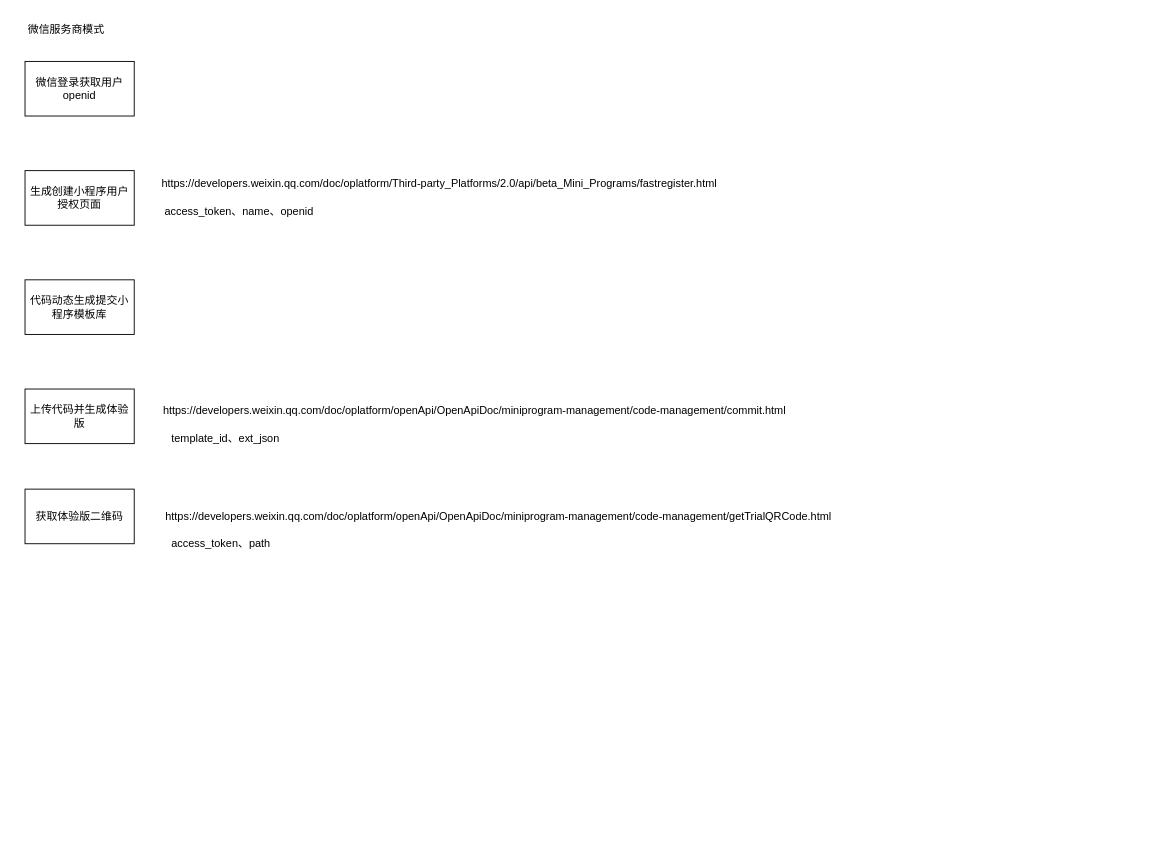
Before: page "小程序预览" (14 of 15) of static/ppt.drawio in maoliang2271/bigpipe-demo, a draw.io diagram. Source tidied: cells renumbered, new cells numbered last; positions are measured from the earlier drawing's top-left corner, leaving out a move shared by most shapes. Both pictures are drawn from the tidied source at 91%, with x=0, y=0 at pixel (15, 15).
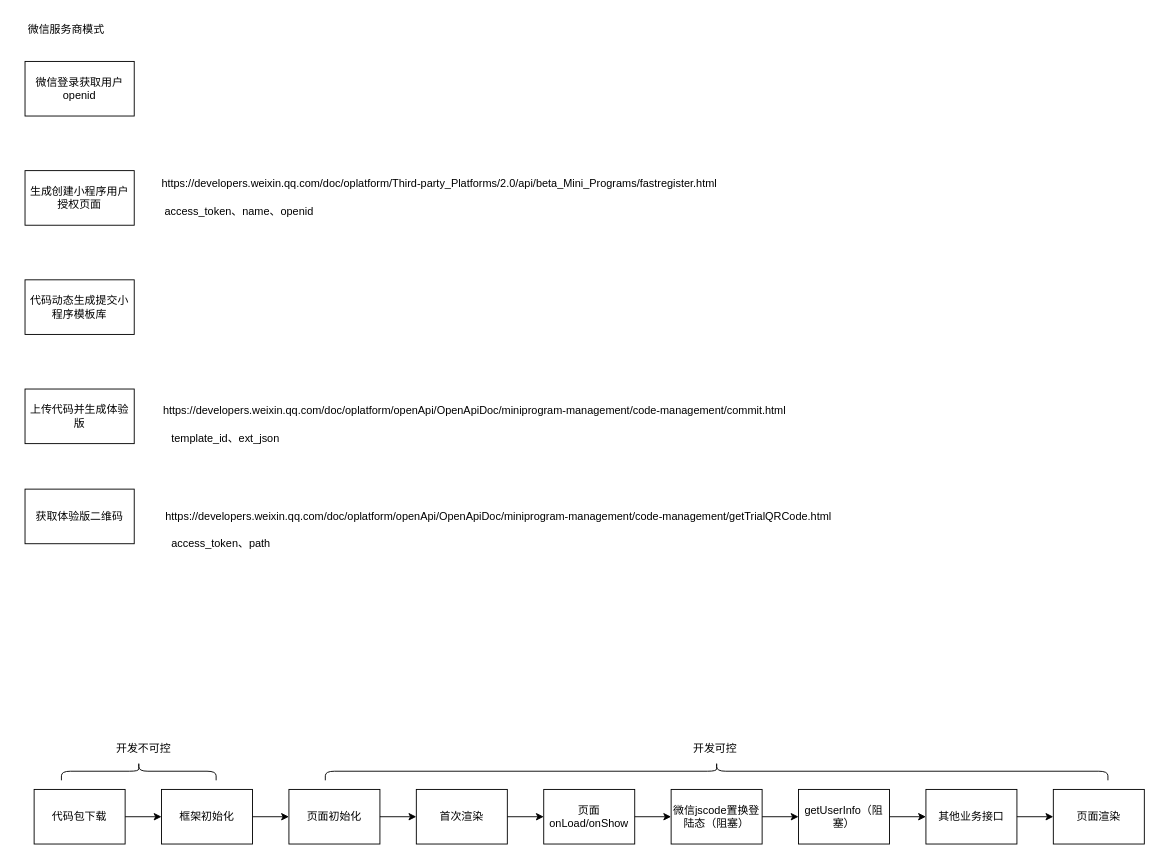
Above is the later version.

Change to the diagram source:
```diff
@@
+    <mxCell id="14" value="代码包下载" style="whiteSpace=wrap;html=1;" parent="1" vertex="1">
+      <mxGeometry x="20" y="850" width="100" height="60" as="geometry" />
+    </mxCell>
+    <mxCell id="15" value="框架初始化" style="whiteSpace=wrap;html=1;" parent="1" vertex="1">
+      <mxGeometry x="160" y="850" width="100" height="60" as="geometry" />
+    </mxCell>
+    <mxCell id="16" value="页面初始化" style="whiteSpace=wrap;html=1;" parent="1" vertex="1">
+      <mxGeometry x="300" y="850" width="100" height="60" as="geometry" />
+    </mxCell>
+    <mxCell id="17" value="首次渲染" style="whiteSpace=wrap;html=1;" parent="1" vertex="1">
+      <mxGeometry x="440" y="850" width="100" height="60" as="geometry" />
+    </mxCell>
+    <mxCell id="18" value="页面onLoad/onShow" style="whiteSpace=wrap;html=1;" parent="1" vertex="1">
+      <mxGeometry x="580" y="850" width="100" height="60" as="geometry" />
+    </mxCell>
+    <mxCell id="19" value="微信jscode置换登陆态（阻塞）" style="whiteSpace=wrap;html=1;" parent="1" vertex="1">
+      <mxGeometry x="720" y="850" width="100" height="60" as="geometry" />
+    </mxCell>
+    <mxCell id="20" value="getUserInfo（阻塞）" style="whiteSpace=wrap;html=1;" parent="1" vertex="1">
+      <mxGeometry x="860" y="850" width="100" height="60" as="geometry" />
+    </mxCell>
+    <mxCell id="21" value="其他业务接口" style="whiteSpace=wrap;html=1;" parent="1" vertex="1">
+      <mxGeometry x="1000" y="850" width="100" height="60" as="geometry" />
+    </mxCell>
+    <mxCell id="22" value="页面渲染" style="whiteSpace=wrap;html=1;" parent="1" vertex="1">
+      <mxGeometry x="1140" y="850" width="100" height="60" as="geometry" />
+    </mxCell>
+    <mxCell id="23" style="endArrow=classic;html=1;rounded=0;exitX=1;exitY=0.5;exitDx=0;exitDy=0;" parent="1" edge="1" source="14" target="15">
+      <mxGeometry relative="1" as="geometry" />
+    </mxCell>
+    <mxCell id="24" style="endArrow=classic;html=1;rounded=0;exitX=1;exitY=0.5;exitDx=0;exitDy=0;entryX=0;entryY=0.5;entryDx=0;entryDy=0;" parent="1" edge="1" source="15" target="16">
+      <mxGeometry relative="1" as="geometry" />
+    </mxCell>
+    <mxCell id="25" style="endArrow=classic;html=1;rounded=0;exitX=1;exitY=0.5;exitDx=0;exitDy=0;entryX=0;entryY=0.5;entryDx=0;entryDy=0;" parent="1" edge="1" source="16" target="17">
+      <mxGeometry relative="1" as="geometry" />
+    </mxCell>
+    <mxCell id="26" style="endArrow=classic;html=1;rounded=0;exitX=1;exitY=0.5;exitDx=0;exitDy=0;" parent="1" edge="1" source="17" target="18">
+      <mxGeometry relative="1" as="geometry" />
+    </mxCell>
+    <mxCell id="27" style="endArrow=classic;html=1;rounded=0;exitX=1;exitY=0.5;exitDx=0;exitDy=0;" parent="1" edge="1" source="18" target="19">
+      <mxGeometry relative="1" as="geometry" />
+    </mxCell>
+    <mxCell id="28" style="endArrow=classic;html=1;rounded=0;exitX=1;exitY=0.5;exitDx=0;exitDy=0;" parent="1" edge="1" source="19" target="20">
+      <mxGeometry relative="1" as="geometry" />
+    </mxCell>
+    <mxCell id="29" style="endArrow=classic;html=1;rounded=0;exitX=1;exitY=0.5;exitDx=0;exitDy=0;" parent="1" edge="1" source="20" target="21">
+      <mxGeometry relative="1" as="geometry" />
+    </mxCell>
+    <mxCell id="30" style="endArrow=classic;html=1;rounded=0;exitX=1;exitY=0.5;exitDx=0;exitDy=0;" parent="1" edge="1" source="21" target="22">
+      <mxGeometry relative="1" as="geometry" />
+    </mxCell>
+    <mxCell id="31" style="shape=curlyBracket;whiteSpace=wrap;html=1;rounded=1;labelPosition=left;verticalLabelPosition=middle;align=right;verticalAlign=middle;rotation=90;" parent="1" vertex="1">
+      <mxGeometry x="125" y="745" width="20" height="170" as="geometry" />
+    </mxCell>
+    <mxCell id="32" value="开发不可控" style="text;html=1;align=center;verticalAlign=middle;strokeColor=none;fillColor=none;" parent="1" vertex="1">
+      <mxGeometry x="100" y="790" width="80" height="30" as="geometry" />
+    </mxCell>
+    <mxCell id="33" style="shape=curlyBracket;whiteSpace=wrap;html=1;rounded=1;labelPosition=left;verticalLabelPosition=middle;align=right;verticalAlign=middle;rotation=90;" parent="1" vertex="1">
+      <mxGeometry x="760" y="400" width="20" height="860" as="geometry" />
+    </mxCell>
+    <mxCell id="34" value="开发可控" style="text;html=1;align=center;verticalAlign=middle;strokeColor=none;fillColor=none;" parent="1" vertex="1">
+      <mxGeometry x="733" y="790" width="70" height="30" as="geometry" />
+    </mxCell>
```
